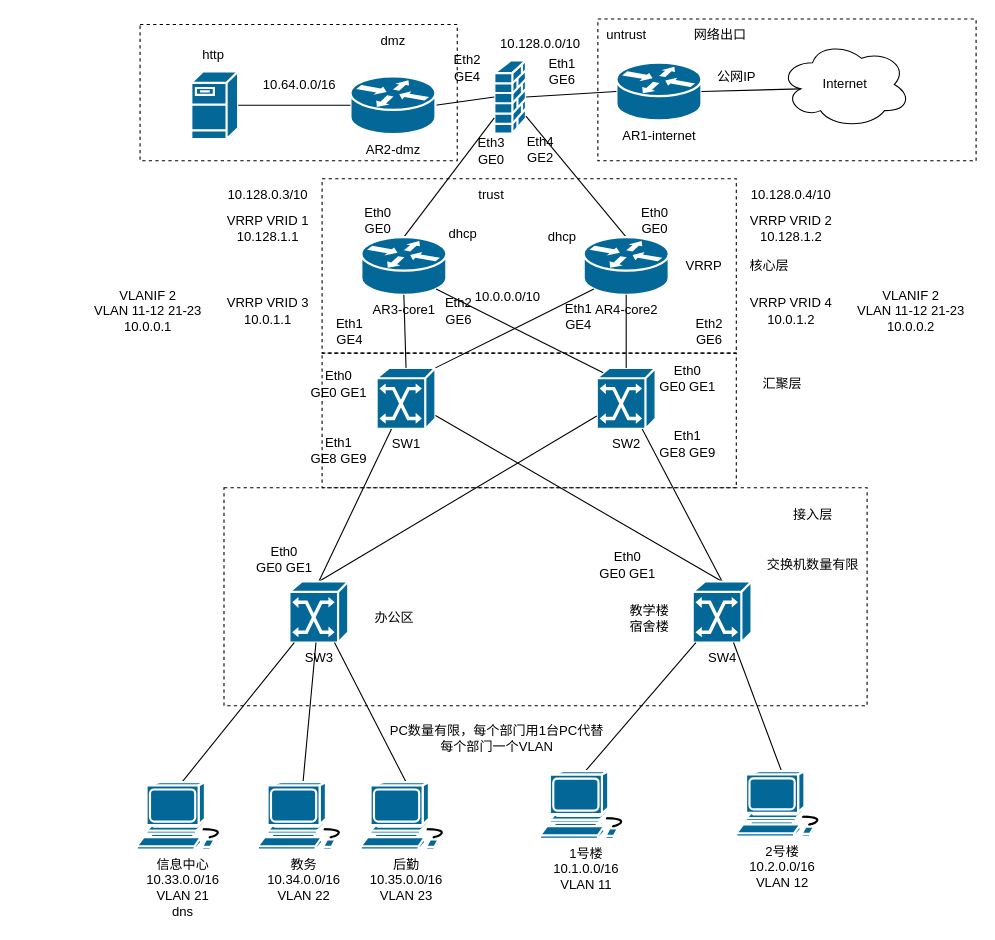
Before: ne24.drawio in HPLZH/draw, a draw.io diagram. Source tidied: cells renumbered, new cells numbered last; positions are measured from the earlier drawing's top-left corner, leaving out a move shared by most shapes. Both pictures are drawn from the tidied source at 109%, with x=0, y=0 at pixel (82, 19).
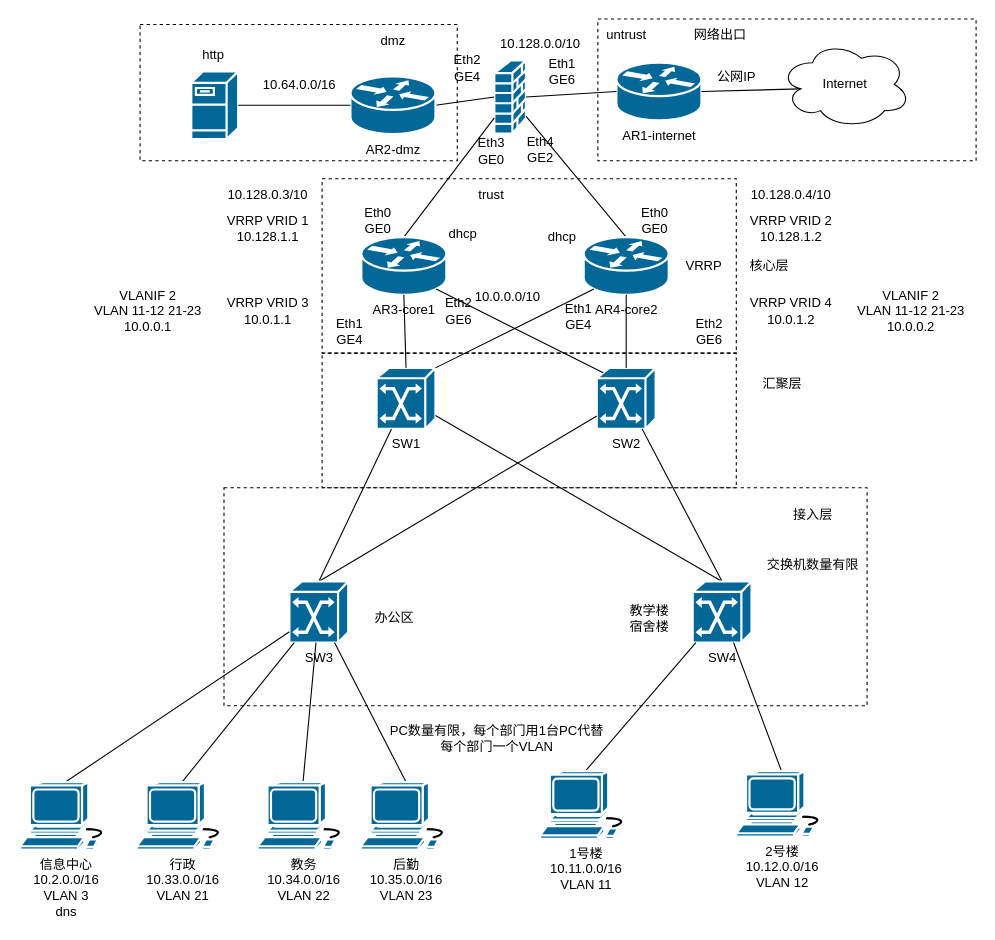
The same page after the edit.

The change refers to these unchanged cells:
```xml
<mxCell id="27" value="SW3" style="shape=mxgraph.cisco.switches.atm_switch;sketch=0;html=1;dashed=0;fillColor=#036897;strokeColor=#ffffff;strokeWidth=2;verticalLabelPosition=bottom;verticalAlign=top;align=center;outlineConnect=0;" parent="1" vertex="1">
  <mxGeometry x="190" y="516" width="54" height="56" as="geometry" />
</mxCell>
```

Change to the diagram source:
```diff
@@
-    <mxCell id="32" value="&lt;div&gt;信息中心&lt;/div&gt;&lt;div&gt;10.33.0.0/16&lt;/div&gt;&lt;div&gt;VLAN 21&lt;/div&gt;&lt;div&gt;dns&lt;/div&gt;" style="shape=mxgraph.cisco.computers_and_peripherals.workstation;sketch=0;html=1;dashed=0;fillColor=#036897;strokeColor=#ffffff;strokeWidth=2;verticalLabelPosition=bottom;verticalAlign=top;align=center;outlineConnect=0;" parent="1" vertex="1">
+    <mxCell id="32" value="行政&lt;div&gt;10.33.0.0/16&lt;/div&gt;&lt;div&gt;VLAN 21&lt;/div&gt;" style="shape=mxgraph.cisco.computers_and_peripherals.workstation;sketch=0;html=1;dashed=0;fillColor=#036897;strokeColor=#ffffff;strokeWidth=2;verticalLabelPosition=bottom;verticalAlign=top;align=center;outlineConnect=0;" parent="1" vertex="1">
       <mxGeometry x="50" y="700" width="83" height="62" as="geometry" />
     </mxCell>
@@
-    <mxCell id="36" value="1号楼&lt;div&gt;10.1.0.0/16&lt;/div&gt;&lt;div&gt;VLAN 11&lt;/div&gt;" style="shape=mxgraph.cisco.computers_and_peripherals.workstation;sketch=0;html=1;dashed=0;fillColor=#036897;strokeColor=#ffffff;strokeWidth=2;verticalLabelPosition=bottom;verticalAlign=top;align=center;outlineConnect=0;" parent="1" vertex="1">
+    <mxCell id="36" value="1号楼&lt;div&gt;10.11.0.0/16&lt;/div&gt;&lt;div&gt;VLAN 11&lt;/div&gt;" style="shape=mxgraph.cisco.computers_and_peripherals.workstation;sketch=0;html=1;dashed=0;fillColor=#036897;strokeColor=#ffffff;strokeWidth=2;verticalLabelPosition=bottom;verticalAlign=top;align=center;outlineConnect=0;" parent="1" vertex="1">
       <mxGeometry x="420" y="690" width="83" height="62" as="geometry" />
     </mxCell>
@@
-    <mxCell id="38" value="2号楼&lt;div&gt;10.2.0.0/16&lt;/div&gt;&lt;div&gt;VLAN 12&lt;/div&gt;" style="shape=mxgraph.cisco.computers_and_peripherals.workstation;sketch=0;html=1;dashed=0;fillColor=#036897;strokeColor=#ffffff;strokeWidth=2;verticalLabelPosition=bottom;verticalAlign=top;align=center;outlineConnect=0;" parent="1" vertex="1">
+    <mxCell id="38" value="2号楼&lt;div&gt;10.12.0.0/16&lt;/div&gt;&lt;div&gt;VLAN 12&lt;/div&gt;" style="shape=mxgraph.cisco.computers_and_peripherals.workstation;sketch=0;html=1;dashed=0;fillColor=#036897;strokeColor=#ffffff;strokeWidth=2;verticalLabelPosition=bottom;verticalAlign=top;align=center;outlineConnect=0;" parent="1" vertex="1">
       <mxGeometry x="600" y="690" width="83" height="60" as="geometry" />
     </mxCell>
@@
-    <mxCell id="71" value="Eth0&lt;div&gt;GE0 GE1&lt;/div&gt;" style="text;html=1;align=center;verticalAlign=middle;strokeColor=none;fillColor=none;" parent="1" vertex="1">
-      <mxGeometry x="200" y="315" width="70" height="40" as="geometry" />
-    </mxCell>
-    <mxCell id="72" value="Eth0&lt;div&gt;GE0 GE1&lt;/div&gt;" style="text;html=1;align=center;verticalAlign=middle;strokeColor=none;fillColor=none;" parent="1" vertex="1">
-      <mxGeometry x="520" y="310" width="70" height="40" as="geometry" />
-    </mxCell>
-    <mxCell id="73" value="Eth1&lt;div&gt;GE8 GE9&lt;/div&gt;" style="text;html=1;align=center;verticalAlign=middle;strokeColor=none;fillColor=none;" parent="1" vertex="1">
-      <mxGeometry x="200" y="376" width="70" height="40" as="geometry" />
-    </mxCell>
-    <mxCell id="74" value="Eth1&lt;div&gt;GE8 GE9&lt;/div&gt;" style="text;html=1;align=center;verticalAlign=middle;strokeColor=none;fillColor=none;" parent="1" vertex="1">
-      <mxGeometry x="520" y="370" width="70" height="40" as="geometry" />
-    </mxCell>
-    <mxCell id="75" value="Eth0&lt;div&gt;GE0 GE1&lt;/div&gt;" style="text;html=1;align=center;verticalAlign=middle;strokeColor=none;fillColor=none;" parent="1" vertex="1">
-      <mxGeometry x="150" y="476" width="70" height="40" as="geometry" />
-    </mxCell>
-    <mxCell id="76" value="Eth0&lt;div&gt;GE0 GE1&lt;/div&gt;" style="text;html=1;align=center;verticalAlign=middle;strokeColor=none;fillColor=none;" parent="1" vertex="1">
-      <mxGeometry x="465" y="481" width="70" height="40" as="geometry" />
-    </mxCell>
@@
+    <mxCell id="85" style="rounded=0;jettySize=auto;html=1;exitX=0.5;exitY=0;exitDx=0;exitDy=0;exitPerimeter=0;endArrow=none;endFill=0;" parent="1" edge="1" source="86" target="27">
+      <mxGeometry relative="1" as="geometry" />
+    </mxCell>
+    <mxCell id="86" value="&lt;div&gt;信息中心&lt;/div&gt;&lt;div&gt;10.2.0.0/16&lt;/div&gt;&lt;div&gt;VLAN 3&lt;/div&gt;&lt;div&gt;dns&lt;/div&gt;" style="shape=mxgraph.cisco.computers_and_peripherals.workstation;sketch=0;html=1;dashed=0;fillColor=#036897;strokeColor=#ffffff;strokeWidth=2;verticalLabelPosition=bottom;verticalAlign=top;align=center;outlineConnect=0;" parent="1" vertex="1">
+      <mxGeometry x="-57" y="700" width="83" height="62" as="geometry" />
+    </mxCell>
```
